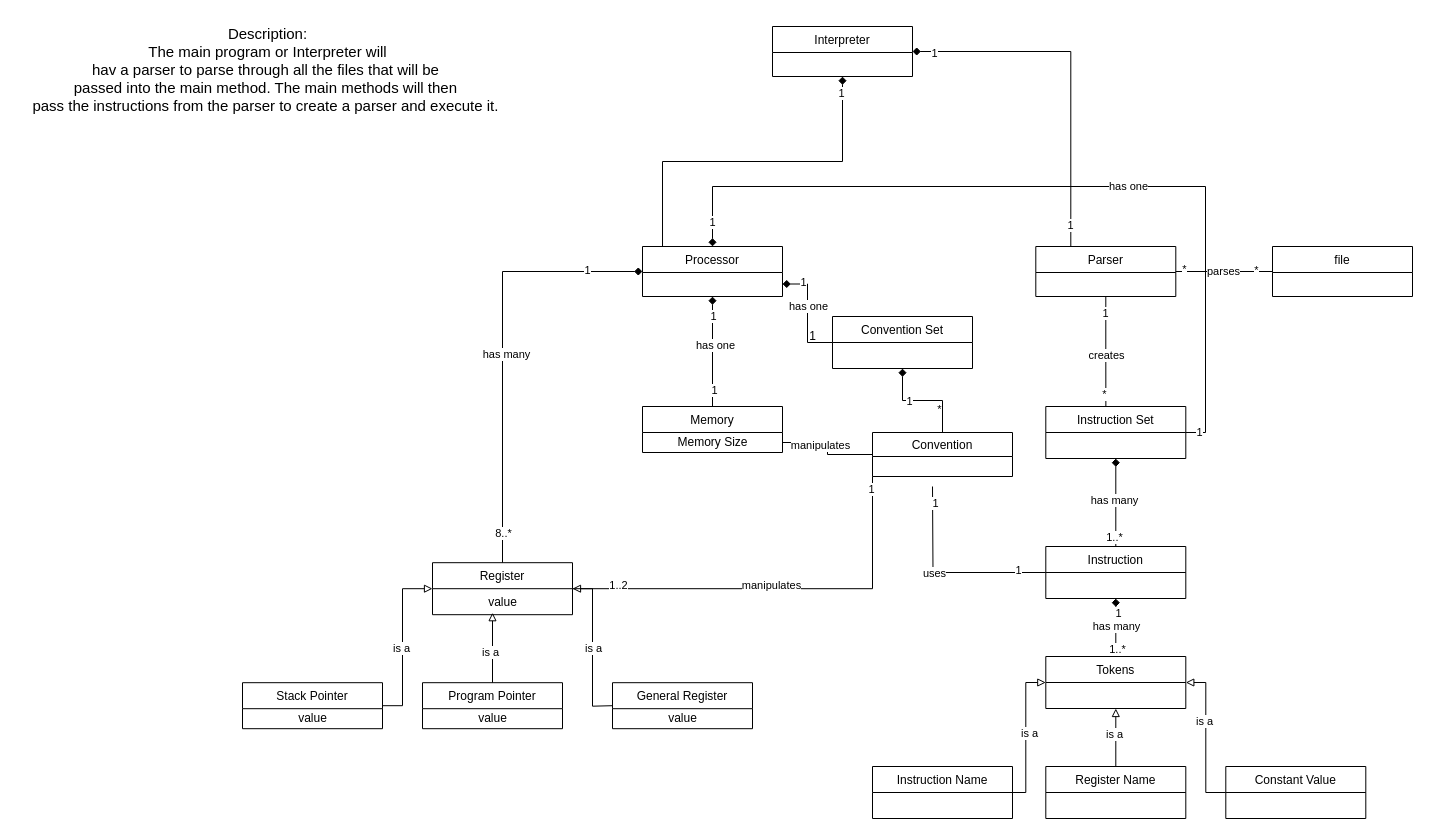
AlexanderChiuy/AlexanderChiuy keeps this draw.io diagram as page "Page-1" (1 of 3) of Untitled Diagram.drawio. Above is the earlier version. Source tidied: cells renumbered, new cells numbered last; positions are measured from the earlier drawing's top-left corner, leaving out a move shared by most shapes. Both pictures are drawn from the tidied source at 100%, with x=0, y=0 at pixel (17, 26).
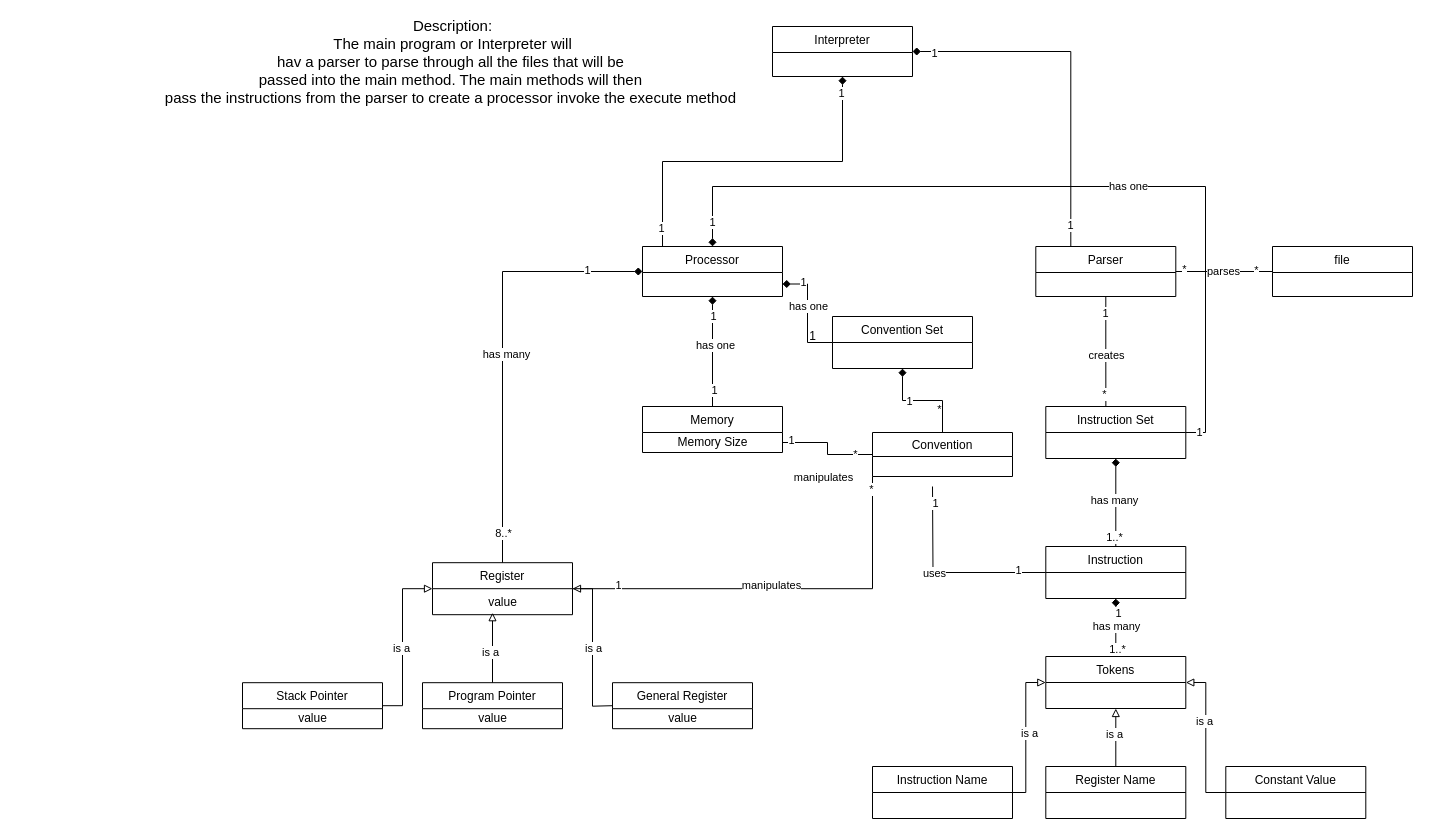
The same diagram, later.

The change refers to these unchanged cells:
```xml
<mxCell id="2" style="edgeStyle=orthogonalEdgeStyle;rounded=0;jettySize=auto;html=1;entryX=0.143;entryY=0;entryDx=0;entryDy=0;entryPerimeter=0;startArrow=diamond;startFill=1;endArrow=none;endFill=0;" parent="1" edge="1" source="7" target="47">
  <mxGeometry relative="1" as="geometry" />
</mxCell>
<mxCell id="21" style="edgeStyle=orthogonalEdgeStyle;rounded=0;jettySize=auto;html=1;entryX=0;entryY=1;entryDx=0;entryDy=0;startArrow=none;startFill=0;endArrow=none;endFill=0;" parent="1" edge="1" source="25" target="81">
  <mxGeometry relative="1" as="geometry" />
</mxCell>
<mxCell id="79" style="edgeStyle=orthogonalEdgeStyle;rounded=0;jettySize=auto;html=1;startArrow=none;startFill=0;endArrow=none;endFill=0;" parent="1" edge="1" source="81" target="27">
  <mxGeometry relative="1" as="geometry" />
</mxCell>
```

The edit, as a diff of the source:
```diff
@@
+    <mxCell id="85" value="1" style="edgeLabel;html=1;align=center;verticalAlign=middle;" parent="2" vertex="1">
+      <mxGeometry x="0.89" y="-2" relative="1" as="geometry" />
+    </mxCell>
@@
-    <mxCell id="23" value="1..2" style="edgeLabel;html=1;align=center;verticalAlign=middle;" parent="21" vertex="1">
+    <mxCell id="23" value="1" style="edgeLabel;html=1;align=center;verticalAlign=middle;" parent="21" vertex="1">
       <mxGeometry x="-0.78" y="4" relative="1" as="geometry" />
     </mxCell>
-    <mxCell id="24" value="1" style="edgeLabel;html=1;align=center;verticalAlign=middle;" parent="21" vertex="1">
+    <mxCell id="24" value="*" style="edgeLabel;html=1;align=center;verticalAlign=middle;" parent="21" vertex="1">
       <mxGeometry x="0.94" y="2" relative="1" as="geometry" />
     </mxCell>
@@
     <mxCell id="80" value="manipulates" style="edgeLabel;html=1;align=center;verticalAlign=middle;" parent="79" vertex="1">
-      <mxGeometry x="0.28" y="2" relative="1" as="geometry" />
+      <mxGeometry x="0.28" y="2" relative="1" as="geometry">
+        <mxPoint x="3" y="32" as="offset" />
+      </mxGeometry>
     </mxCell>
+    <mxCell id="86" value="*" style="edgeLabel;html=1;align=center;verticalAlign=middle;" parent="79" vertex="1">
+      <mxGeometry x="-0.64" y="-1" relative="1" as="geometry" />
+    </mxCell>
+    <mxCell id="87" value="1" style="edgeLabel;html=1;align=center;verticalAlign=middle;" parent="79" vertex="1">
+      <mxGeometry x="0.85" y="-3" relative="1" as="geometry" />
+    </mxCell>
@@
-    <mxCell id="83" value="&lt;font&gt;&lt;span style=&quot;font-size: 15px&quot;&gt;Description:&lt;/span&gt;&lt;br&gt;&lt;span style=&quot;font-size: 15px&quot;&gt;The main program or Interpreter will &lt;br&gt;&lt;/span&gt;&lt;/font&gt;&lt;span style=&quot;font-size: 15px&quot;&gt;hav a parser to parse through all the&amp;nbsp;files that will be&amp;nbsp;&lt;br&gt;passed into the main method. The main methods will then&amp;nbsp;&lt;br&gt;pass the instructions from the parser to create a parser and execute it.&amp;nbsp;&lt;br&gt;&lt;/span&gt;&lt;br&gt;&lt;br&gt;&lt;br&gt;" style="text;html=1;align=center;verticalAlign=middle;strokeColor=none;" parent="1" vertex="1">
-      <mxGeometry y="10" width="500" height="110" as="geometry" />
+    <mxCell id="83" value="&lt;font&gt;&lt;span style=&quot;font-size: 15px&quot;&gt;Description:&lt;/span&gt;&lt;br&gt;&lt;span style=&quot;font-size: 15px&quot;&gt;The main program or Interpreter will &lt;br&gt;&lt;/span&gt;&lt;/font&gt;&lt;span style=&quot;font-size: 15px&quot;&gt;hav a parser to parse through all the&amp;nbsp;files that will be&amp;nbsp;&lt;br&gt;passed into the main method. The main methods will then&amp;nbsp;&lt;br&gt;pass the instructions from the parser to create a processor invoke the execute method&amp;nbsp;&lt;br&gt;&lt;/span&gt;&lt;br&gt;&lt;br&gt;" style="text;html=1;align=center;verticalAlign=middle;strokeColor=none;" parent="1" vertex="1">
+      <mxGeometry x="135" width="600" height="100" as="geometry" />
     </mxCell>
```
